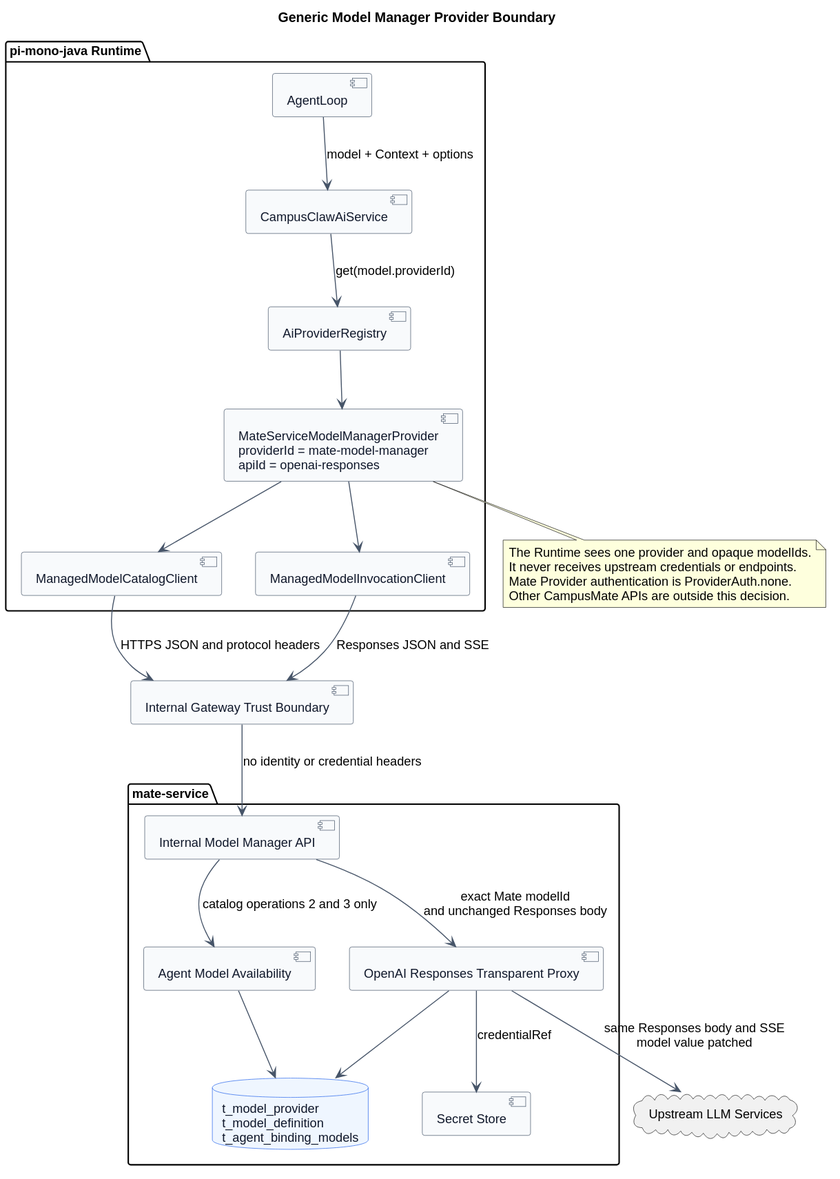
The PlantUML diagram model-manager-provider-contract/generic_provider_boundary.svg in ssm0808/pi-mono-java-design, before a commit.
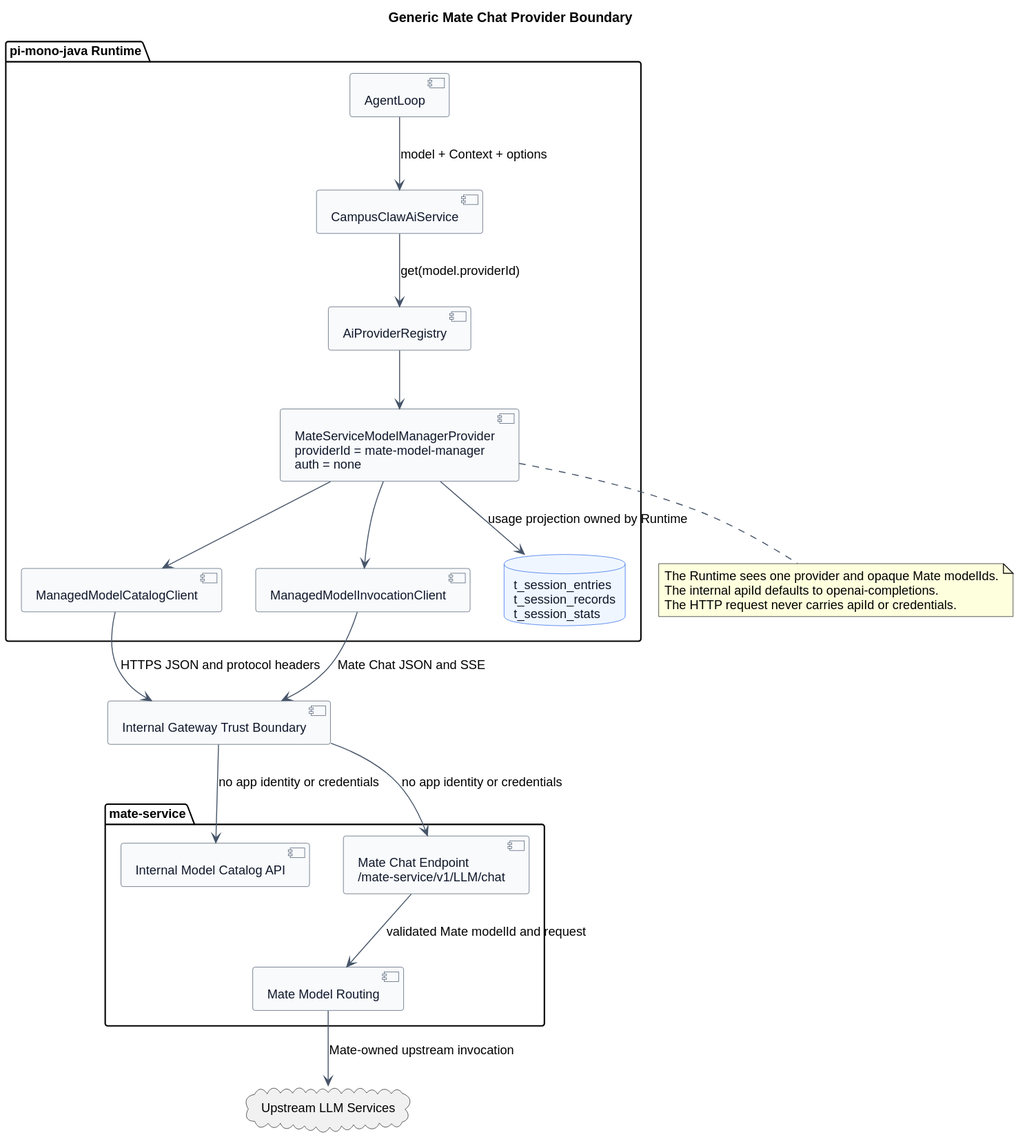
Later version of the same file.

The edit, as a diff of the source:
```diff
@@ -1,5 +1,5 @@
 @startuml
-title Generic Model Manager Provider Boundary
+title Generic Mate Chat Provider Boundary
 
 
 skinparam backgroundColor #FFFFFF
@@ -22,17 +22,16 @@
   [AgentLoop] as Loop
   [CampusClawAiService] as AiService
   [AiProviderRegistry] as Registry
-  [MateServiceModelManagerProvider\nproviderId = mate-model-manager\napiId = openai-responses] as GenericProvider
+  [MateServiceModelManagerProvider\nproviderId = mate-model-manager\nauth = none] as GenericProvider
   [ManagedModelCatalogClient] as CatalogClient
   [ManagedModelInvocationClient] as InvocationClient
+  database "t_session_entries\nt_session_records\nt_session_stats" as SessionStore
 }
 
 package "mate-service" {
-  [Internal Model Manager API] as ManagerApi
-  [Agent Model Availability] as Availability
-  [OpenAI Responses Transparent Proxy] as Router
-  database "t_model_provider\nt_model_definition\nt_agent_binding_models" as Catalog
-  [Secret Store] as Secrets
+  [Internal Model Catalog API] as CatalogApi
+  [Mate Chat Endpoint\n/mate-service/v1/LLM/chat] as ChatApi
+  [Mate Model Routing] as Router
 }
 
 cloud "Upstream LLM Services" as Vendors
@@ -43,20 +42,17 @@
 Registry --> GenericProvider
 GenericProvider --> CatalogClient
 GenericProvider --> InvocationClient
+GenericProvider --> SessionStore : usage projection owned by Runtime
 CatalogClient --> Gateway : HTTPS JSON and protocol headers
-InvocationClient --> Gateway : Responses JSON and SSE
-Gateway --> ManagerApi : no identity or credential headers
-ManagerApi --> Availability : catalog operations 2 and 3 only
-Availability --> Catalog
-ManagerApi --> Router : exact Mate modelId\nand unchanged Responses body
-Router --> Catalog
-Router --> Secrets : credentialRef
-Router --> Vendors : same Responses body and SSE\nmodel value patched
+InvocationClient --> Gateway : Mate Chat JSON and SSE
+Gateway --> CatalogApi : no app identity or credentials
+Gateway --> ChatApi : no app identity or credentials
+ChatApi --> Router : validated Mate modelId and request
+Router --> Vendors : Mate-owned upstream invocation
 
 note bottom of GenericProvider
-The Runtime sees one provider and opaque modelIds.
-It never receives upstream credentials or endpoints.
-Mate Provider authentication is ProviderAuth.none.
-Other CampusMate APIs are outside this decision.
+The Runtime sees one provider and opaque Mate modelIds.
+The internal apiId defaults to openai-completions.
+The HTTP request never carries apiId or credentials.
 end note
 @enduml
```
